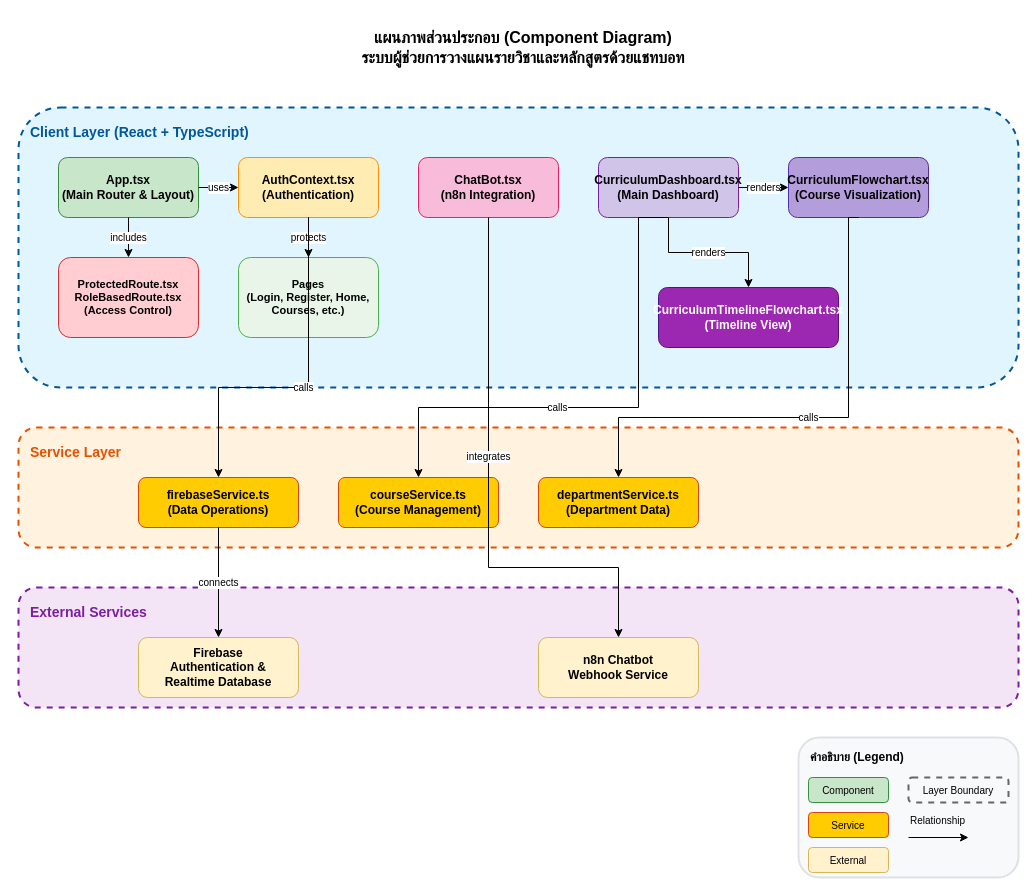
The draw.io diagram diagrams/component-diagram.drawio in kainapatkmutnb/it-course-chatbot-main, before the edit. Source tidied: cells renumbered, new cells numbered last; positions are measured from the earlier drawing's top-left corner, leaving out a move shared by most shapes. Both pictures are drawn from the tidied source at 100%, with x=0, y=0 at pixel (18, 17).
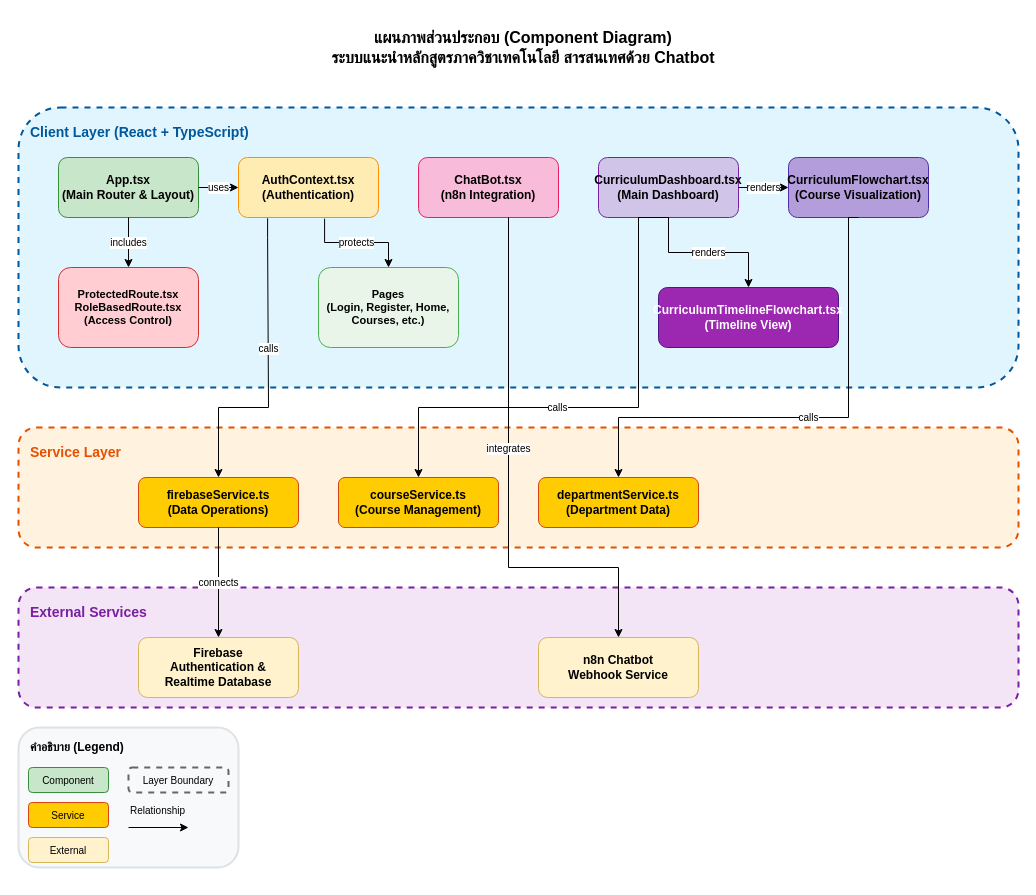
After the change.

Commit message:
docs(diagrams): update component diagram layout and title

- Adjust component positions and connection paths for better readability
- Update system title to reflect current project name
- Improve legend positioning in the diagram

Unchanged cells that the change refers to:
```xml
<mxCell id="6" value="AuthContext.tsx&#10;(Authentication)" style="rounded=1;whiteSpace=wrap;html=1;fillColor=#ffecb3;strokeColor=#ff8f00;fontSize=12;fontStyle=1;" parent="1" vertex="1">
  <mxGeometry x="220" y="140" width="140" height="60" as="geometry" />
</mxCell>
<mxCell id="7" value="ChatBot.tsx&#10;(n8n Integration)" style="rounded=1;whiteSpace=wrap;html=1;fillColor=#f8bbd9;strokeColor=#e91e63;fontSize=12;fontStyle=1;" parent="1" vertex="1">
  <mxGeometry x="400" y="140" width="140" height="60" as="geometry" />
</mxCell>
<mxCell id="15" value="firebaseService.ts&#10;(Data Operations)" style="rounded=1;whiteSpace=wrap;html=1;fillColor=#ffcc02;strokeColor=#d84315;fontSize=12;fontStyle=1;" parent="1" vertex="1">
  <mxGeometry x="120" y="460" width="160" height="50" as="geometry" />
</mxCell>
<mxCell id="21" value="n8n Chatbot&#10;Webhook Service" style="rounded=1;whiteSpace=wrap;html=1;fillColor=#fff2cc;strokeColor=#d6b656;fontSize=12;fontStyle=1;" parent="1" vertex="1">
  <mxGeometry x="520" y="620" width="160" height="60" as="geometry" />
</mxCell>
```

Diff of the diagram source:
```diff
@@
-    <mxCell id="2" value="แผนภาพส่วนประกอบ (Component Diagram)&#10;ระบบผู้ช่วยการวางแผนรายวิชาและหลักสูตรด้วยแชทบอท" style="text;html=1;strokeColor=none;fillColor=none;align=center;verticalAlign=middle;whiteSpace=wrap;rounded=0;fontSize=16;fontStyle=1;" parent="1" vertex="1">
+    <mxCell id="2" value="แผนภาพส่วนประกอบ (Component Diagram)&lt;br&gt;ระบบแนะนำหลักสูตรภาควิชาเทคโนโลยี สารสนเทศด้วย Chatbot" style="text;html=1;strokeColor=none;fillColor=none;align=center;verticalAlign=middle;whiteSpace=wrap;rounded=0;fontSize=16;fontStyle=1;" parent="1" vertex="1">
       <mxGeometry x="220" width="570" height="60" as="geometry" />
     </mxCell>
@@
     <mxCell id="11" value="ProtectedRoute.tsx&#10;RoleBasedRoute.tsx&#10;(Access Control)" style="rounded=1;whiteSpace=wrap;html=1;fillColor=#ffcdd2;strokeColor=#d32f2f;fontSize=11;fontStyle=1;" parent="1" vertex="1">
-      <mxGeometry x="40" y="240" width="140" height="80" as="geometry" />
+      <mxGeometry x="40" y="250" width="140" height="80" as="geometry" />
     </mxCell>
     <mxCell id="12" value="Pages&#10;(Login, Register, Home,&#10;Courses, etc.)" style="rounded=1;whiteSpace=wrap;html=1;fillColor=#e8f5e8;strokeColor=#4caf50;fontSize=11;fontStyle=1;" parent="1" vertex="1">
-      <mxGeometry x="220" y="240" width="140" height="80" as="geometry" />
+      <mxGeometry x="300" y="250" width="140" height="80" as="geometry" />
     </mxCell>
@@
-    <mxCell id="24" value="protects" style="edgeStyle=orthogonalEdgeStyle;rounded=0;jettySize=auto;html=1;exitX=0.5;exitY=1;exitDx=0;exitDy=0;entryX=0.5;entryY=0;entryDx=0;entryDy=0;fontSize=10;" parent="1" edge="1" source="6" target="12">
+    <mxCell id="24" value="protects" style="edgeStyle=orthogonalEdgeStyle;rounded=0;jettySize=auto;html=1;exitX=0.615;exitY=1.019;exitDx=0;exitDy=0;entryX=0.5;entryY=0;entryDx=0;entryDy=0;fontSize=10;exitPerimeter=0;" parent="1" edge="1" source="6" target="12">
       <mxGeometry relative="1" as="geometry" />
     </mxCell>
@@
-    <mxCell id="27" value="calls" style="edgeStyle=orthogonalEdgeStyle;rounded=0;jettySize=auto;html=1;exitX=0.5;exitY=1;exitDx=0;exitDy=0;entryX=0.5;entryY=0;entryDx=0;entryDy=0;fontSize=10;" parent="1" edge="1" source="6" target="15">
-      <mxGeometry relative="1" as="geometry">
+    <mxCell id="27" value="calls" style="edgeStyle=orthogonalEdgeStyle;rounded=0;jettySize=auto;html=1;exitX=0.208;exitY=1.013;exitDx=0;exitDy=0;entryX=0.5;entryY=0;entryDx=0;entryDy=0;fontSize=10;exitPerimeter=0;" parent="1" edge="1" source="6" target="15">
+      <mxGeometry x="-0.16" relative="1" as="geometry">
         <Array as="points">
-          <mxPoint x="290" y="370" />
-          <mxPoint x="200" y="370" />
+          <mxPoint x="249" y="220" />
+          <mxPoint x="250" y="220" />
+          <mxPoint x="250" y="390" />
+          <mxPoint x="200" y="390" />
         </Array>
       </mxGeometry>
     </mxCell>
@@
-    <mxCell id="31" value="integrates" style="edgeStyle=orthogonalEdgeStyle;rounded=0;jettySize=auto;html=1;exitX=0.5;exitY=1;exitDx=0;exitDy=0;entryX=0.5;entryY=0;entryDx=0;entryDy=0;fontSize=10;" parent="1" edge="1" source="7" target="21">
+    <mxCell id="31" value="integrates" style="edgeStyle=orthogonalEdgeStyle;rounded=0;jettySize=auto;html=1;entryX=0.5;entryY=0;entryDx=0;entryDy=0;fontSize=10;" parent="1" edge="1" target="21">
       <mxGeometry x="-0.13" relative="1" as="geometry">
+        <mxPoint x="490" y="200" as="sourcePoint" />
         <Array as="points">
-          <mxPoint x="470" y="550" />
+          <mxPoint x="490" y="200" />
+          <mxPoint x="490" y="550" />
           <mxPoint x="600" y="550" />
         </Array>
       </mxGeometry>
     </mxCell>
     <mxCell id="32" style="group;" parent="1" vertex="1">
-      <mxGeometry x="780" y="720" width="220" height="140" as="geometry" />
+      <mxGeometry y="710" width="220" height="140" as="geometry" />
     </mxCell>
```
